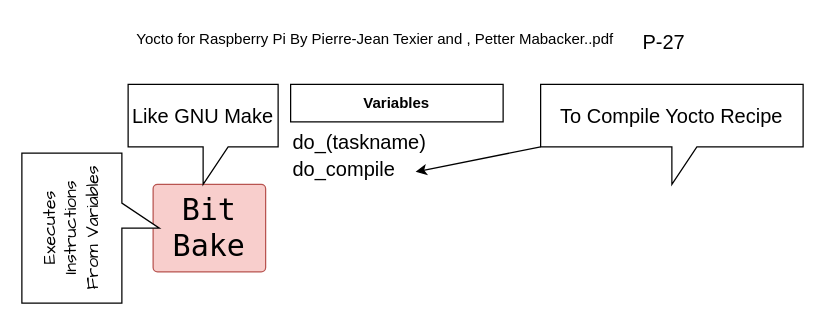
The draw.io diagram uprojects/Sundersan/yocto/yocto001.drawio in jibonaronno/documentsA, before the edit. Source tidied: cells renumbered, new cells numbered last; positions are measured from the earlier drawing's top-left corner, leaving out a move shared by most shapes. Both pictures are drawn from the tidied source at 125%, with x=0, y=0 at pixel (15, 21).
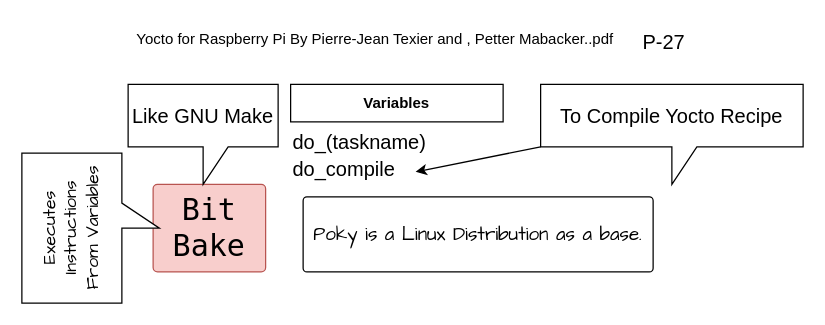
After the change.

What changed in the source:
```diff
@@
 <mxGraphModel>
   <root>
     <mxCell id="0" />
     <mxCell id="1" parent="0" />
     <mxCell id="2" value="&lt;font face=&quot;Lucida Console&quot; style=&quot;font-size: 24px;&quot;&gt;Bit&lt;/font&gt;&lt;div&gt;&lt;font face=&quot;Lucida Console&quot; style=&quot;font-size: 24px;&quot;&gt;Bake&lt;/font&gt;&lt;/div&gt;" style="rounded=1;whiteSpace=wrap;html=1;arcSize=5;fillColor=#f8cecc;strokeColor=#b85450;" parent="1" vertex="1">
       <mxGeometry x="110" y="130" width="90" height="70" as="geometry" />
     </mxCell>
     <mxCell id="3" value="&lt;font style=&quot;font-size: 16px;&quot;&gt;Like GNU Make&lt;/font&gt;" style="shape=callout;whiteSpace=wrap;html=1;perimeter=calloutPerimeter;" parent="1" vertex="1">
       <mxGeometry x="90" y="50" width="120" height="80" as="geometry" />
     </mxCell>
     <mxCell id="4" value="&lt;font style=&quot;font-size: 14px;&quot; face=&quot;Comic Sans MS&quot;&gt;Executes Instructions&lt;/font&gt;&lt;div&gt;&lt;font style=&quot;font-size: 14px;&quot; face=&quot;Comic Sans MS&quot;&gt;From Variables&lt;/font&gt;&lt;/div&gt;" style="shape=callout;whiteSpace=wrap;html=1;perimeter=calloutPerimeter;rotation=-90;" parent="1" vertex="1">
       <mxGeometry y="110" width="120" height="110" as="geometry" />
     </mxCell>
     <mxCell id="5" value="&lt;font style=&quot;font-size: 16px;&quot;&gt;do_(taskname)&lt;/font&gt;" style="text;whiteSpace=wrap;html=1;" parent="1" vertex="1">
       <mxGeometry x="220" y="80" width="120" height="30" as="geometry" />
     </mxCell>
     <mxCell id="6" value="&lt;b&gt;Variables&lt;/b&gt;" style="rounded=0;whiteSpace=wrap;html=1;" parent="1" vertex="1">
       <mxGeometry x="220" y="50" width="170" height="30" as="geometry" />
     </mxCell>
     <mxCell id="7" value="&lt;span class=&quot;fontstyle0&quot;&gt;&lt;font style=&quot;font-size: 16px;&quot;&gt;do_compile&lt;/font&gt;&lt;/span&gt; &lt;div&gt;&lt;br/&gt;&lt;/div&gt;" style="text;whiteSpace=wrap;html=1;" parent="1" vertex="1">
       <mxGeometry x="220" y="102" width="90" height="30" as="geometry" />
     </mxCell>
     <mxCell id="8" value="&lt;font style=&quot;font-size: 16px;&quot;&gt;To Compile Yocto Recipe&lt;/font&gt;" style="shape=callout;whiteSpace=wrap;html=1;perimeter=calloutPerimeter;" parent="1" vertex="1">
       <mxGeometry x="420" y="50" width="210" height="80" as="geometry" />
     </mxCell>
     <mxCell id="9" style="endArrow=classic;html=1;rounded=0;exitX=0;exitY=0;exitDx=0;exitDy=50;exitPerimeter=0;" parent="1" edge="1" source="8">
       <mxGeometry relative="1" as="geometry">
         <mxPoint x="320" y="120" as="targetPoint" />
       </mxGeometry>
     </mxCell>
     <mxCell id="10" value="Yocto for Raspberry Pi By Pierre-Jean Texier and , Petter Mabacker..pdf" style="text;whiteSpace=wrap;" parent="1" vertex="1">
       <mxGeometry x="95" width="420" height="30" as="geometry" />
     </mxCell>
     <mxCell id="11" value="&lt;div&gt;&lt;span style=&quot;font-size: 16px;&quot;&gt;P-27&lt;/span&gt;&lt;/div&gt;" style="text;whiteSpace=wrap;html=1;" parent="1" vertex="1">
       <mxGeometry x="500" width="90" height="30" as="geometry" />
     </mxCell>
+    <mxCell id="12" value="&lt;font style=&quot;font-size: 15px;&quot; face=&quot;Comic Sans MS&quot;&gt;Poky is a Linux Distribution as a base.&lt;/font&gt;" style="rounded=1;whiteSpace=wrap;html=1;arcSize=5;" parent="1" vertex="1">
+      <mxGeometry x="230" y="140" width="280" height="60" as="geometry" />
+    </mxCell>
   </root>
 </mxGraphModel>
```
